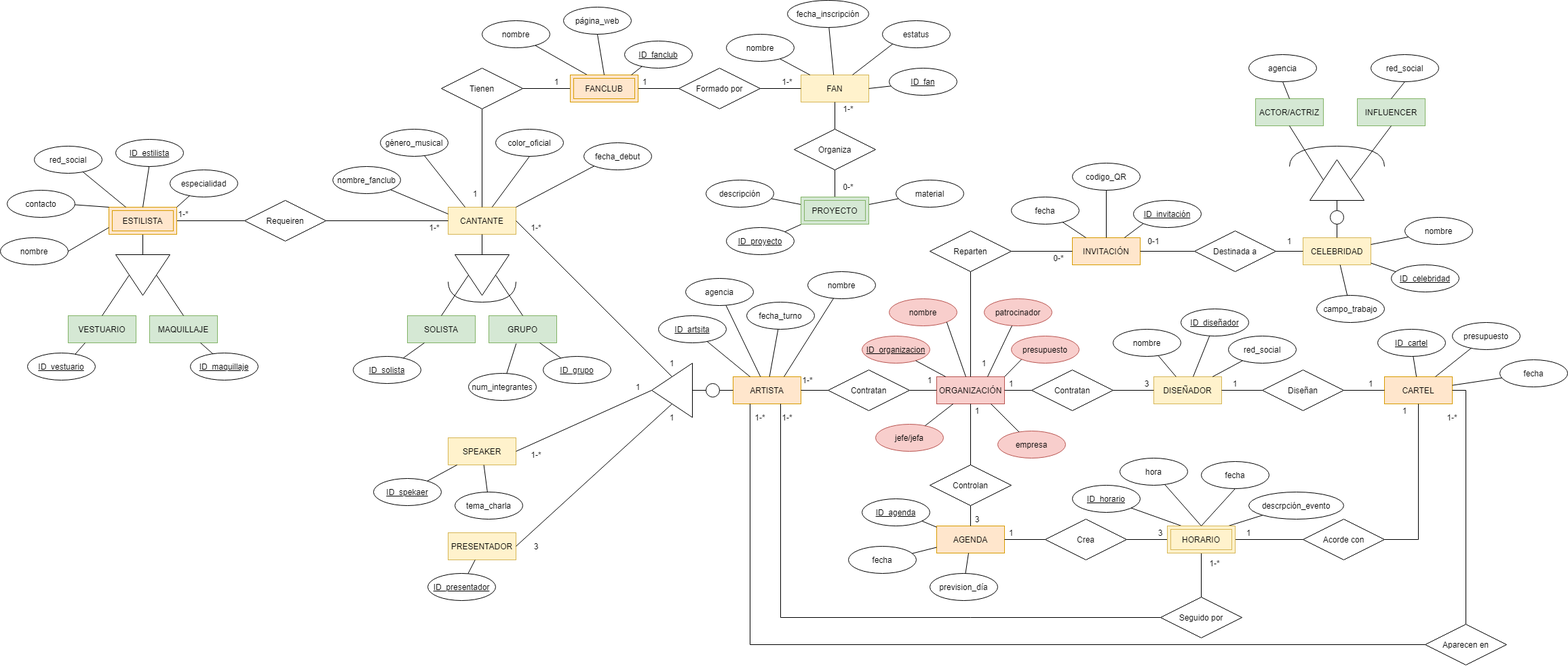
Earlier version of the draw.io export Documentación/2.2-Diagrama_Entidad-Relación.png (nataliacristobal98/ProyectoQuevedoFest). Source tidied: cells renumbered, new cells last; positions are measured from the earlier drawing's top-left corner, leaving out a move shared by most shapes.
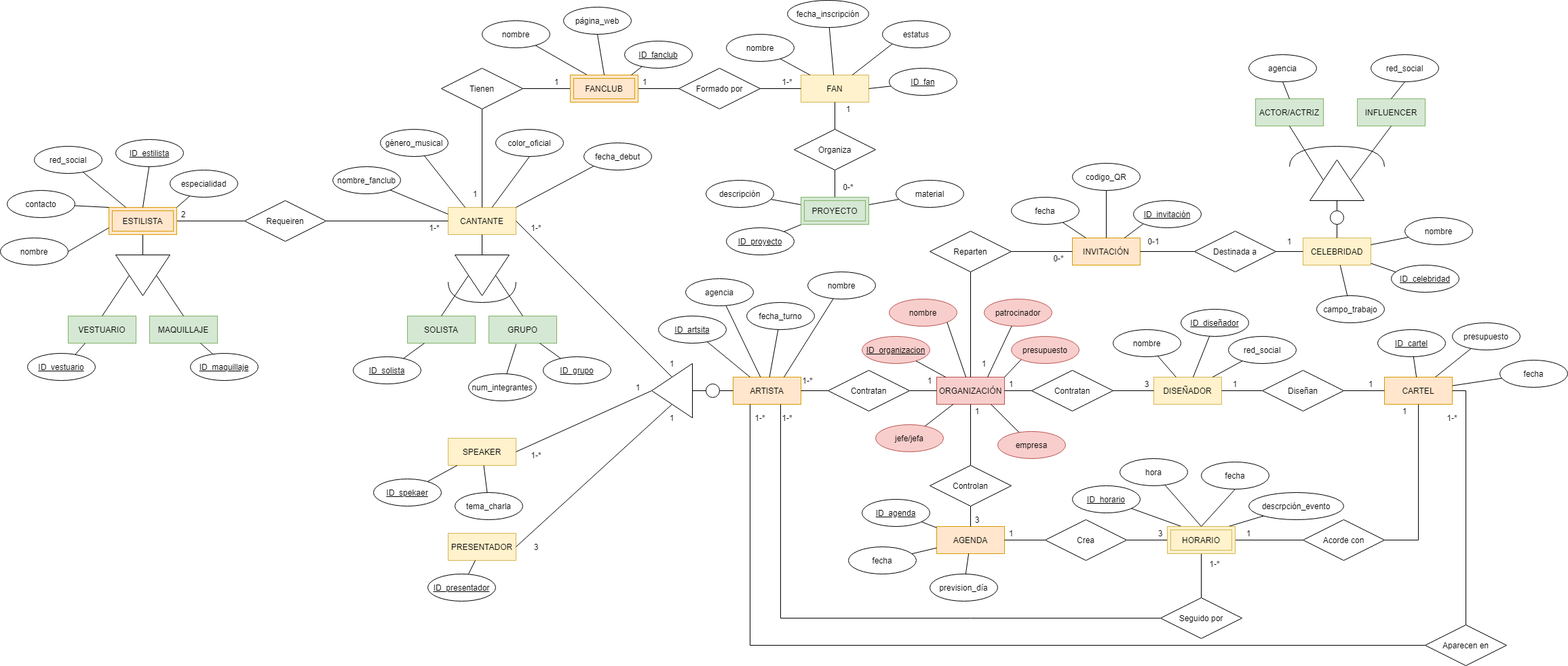
Above is the later version.

Diff of the diagram source:
```diff
@@ -567,7 +567,7 @@
     <mxCell id="170" value="0-*" style="text;html=1;strokeColor=none;fillColor=none;align=center;verticalAlign=middle;whiteSpace=wrap;rounded=0;" parent="1" vertex="1">
       <mxGeometry x="1230" y="265" width="40" height="20" as="geometry" />
     </mxCell>
-    <mxCell id="171" value="1-*" style="text;html=1;strokeColor=none;fillColor=none;align=center;verticalAlign=middle;whiteSpace=wrap;rounded=0;" parent="1" vertex="1">
+    <mxCell id="171" value="1" style="text;html=1;strokeColor=none;fillColor=none;align=center;verticalAlign=middle;whiteSpace=wrap;rounded=0;" parent="1" vertex="1">
       <mxGeometry x="1230" y="150" width="40" height="20" as="geometry" />
     </mxCell>
     <mxCell id="172" value="1" style="text;html=1;strokeColor=none;fillColor=none;align=center;verticalAlign=middle;whiteSpace=wrap;rounded=0;" parent="1" vertex="1">
@@ -639,7 +639,7 @@
     <mxCell id="194" value="ESTILISTA" style="shape=ext;margin=3;double=1;whiteSpace=wrap;html=1;align=center;fillColor=#ffe6cc;strokeColor=#d79b00;" parent="1" vertex="1">
       <mxGeometry x="160" y="305" width="100" height="40" as="geometry" />
     </mxCell>
-    <mxCell id="195" value="1-*" style="text;html=1;strokeColor=none;fillColor=none;align=center;verticalAlign=middle;whiteSpace=wrap;rounded=0;" parent="1" vertex="1">
+    <mxCell id="195" value="2" style="text;html=1;strokeColor=none;fillColor=none;align=center;verticalAlign=middle;whiteSpace=wrap;rounded=0;" parent="1" vertex="1">
       <mxGeometry x="250" y="305" width="40" height="20" as="geometry" />
     </mxCell>
     <mxCell id="196" value="1-*" style="text;html=1;strokeColor=none;fillColor=none;align=center;verticalAlign=middle;whiteSpace=wrap;rounded=0;" parent="1" vertex="1">
```
